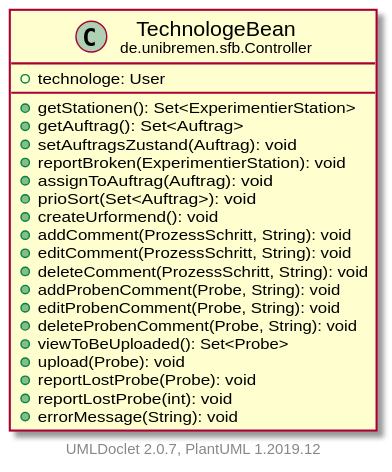
fkehlenb/softwareprojekt-2 keeps this PlantUML diagram as doc/UML/modulsichtSVG/TechnologeBean.svg. Above is the earlier version. Source of this version:
```plantuml
@startuml
    set namespaceSeparator none
    hide empty fields
    hide empty methods

    class "<size:14>TechnologeBean\n<size:10>de.unibremen.sfb.Controller" as de.unibremen.sfb.Controller.TechnologeBean [[TechnologeBean.html]] {
        +technologe: User
        +getStationen(): Set<ExperimentierStation>
        +getAuftrag(): Set<Auftrag>
        +setAuftragsZustand(Auftrag): void
        +reportBroken(ExperimentierStation): void
        +assignToAuftrag(Auftrag): void
        +prioSort(Set<Auftrag>): void
        +createUrformend(): void
        +addComment(ProzessSchritt, String): void
        +editComment(ProzessSchritt, String): void
        +deleteComment(ProzessSchritt, String): void
        +addProbenComment(Probe, String): void
        +editProbenComment(Probe, String): void
        +deleteProbenComment(Probe, String): void
        +viewToBeUploaded(): Set<Probe>
        +upload(Probe): void
        +reportLostProbe(Probe): void
        +reportLostProbe(int): void
        +errorMessage(String): void
    }

    center footer UMLDoclet 2.0.7, PlantUML 1.2019.12
@enduml
```
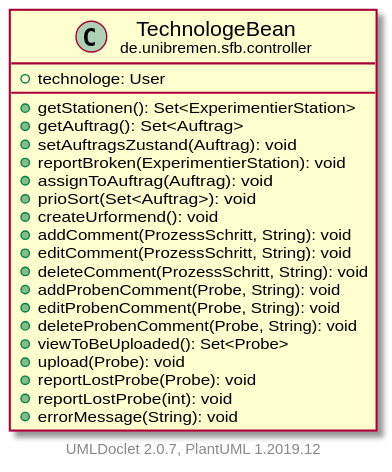
Later version of the same file.

Change to the diagram source:
```diff
@@ -3,7 +3,7 @@
     hide empty fields
     hide empty methods
 
-    class "<size:14>TechnologeBean\n<size:10>de.unibremen.sfb.Controller" as de.unibremen.sfb.Controller.TechnologeBean [[TechnologeBean.html]] {
+    class "<size:14>TechnologeBean\n<size:10>de.unibremen.sfb.controller" as de.unibremen.sfb.controller.TechnologeBean [[TechnologeBean.html]] {
         +technologe: User
         +getStationen(): Set<ExperimentierStation>
         +getAuftrag(): Set<Auftrag>
```
